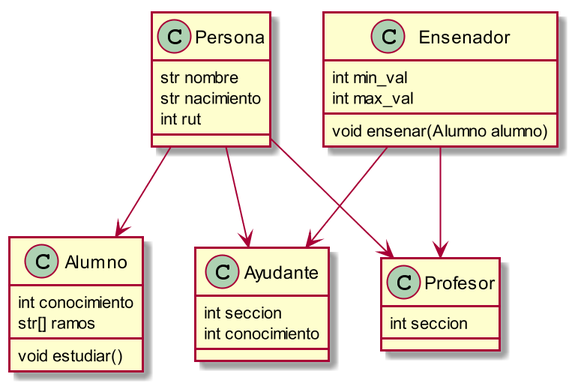
The PlantUML diagram Actividades/AC01/uml_diagram.png in contranton/IIC2233, before a commit.
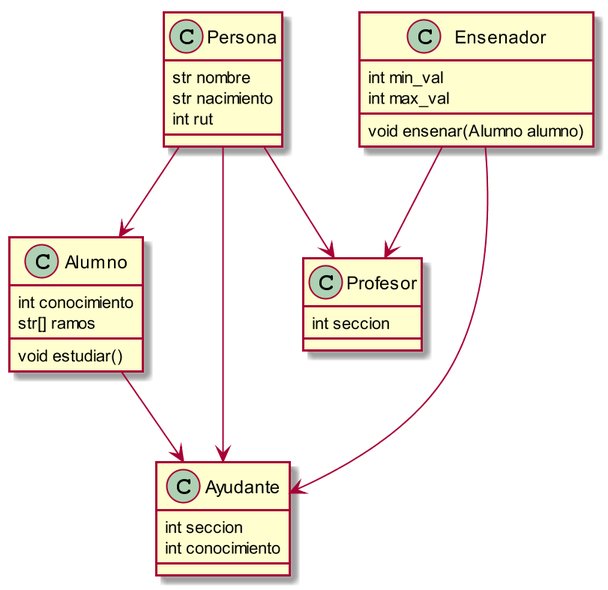
The same diagram one commit later.

Commit message:
Made ayudante extend alumno, among other things

Diff of the diagram source:
```diff
@@ -36,5 +36,6 @@
 Persona --> Profesor
 Ensenador --> Ayudante
 Ensenador --> Profesor
+Alumno --> Ayudante
 
 @enduml
```
